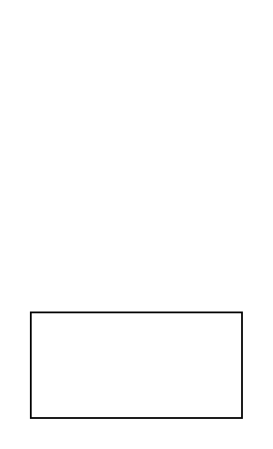
Above: ReferenceSOP.drawio in yaojen/MickeyfoneSOP (draw.io), before the change. Source tidied: cells renumbered, new cells numbered last; positions are measured from the earlier drawing's top-left corner, leaving out a move shared by most shapes. Both pictures are drawn from the tidied source at 176%, with x=0, y=0 at pixel (30, 312).
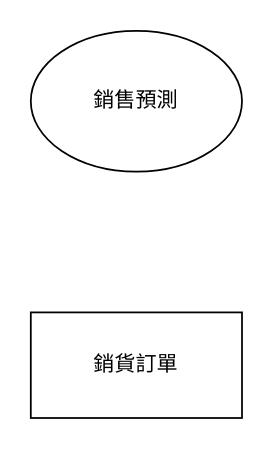
The same page after the edit.

What changed in the source:
```diff
@@
 <mxGraphModel>
   <root>
     <mxCell id="0" />
     <mxCell id="1" parent="0" />
-    <mxCell id="2" style="rounded=0;whiteSpace=wrap;html=1;" parent="1" vertex="1">
+    <mxCell id="2" value="銷貨訂單" style="rounded=0;whiteSpace=wrap;html=1;" parent="1" vertex="1">
       <mxGeometry width="120" height="60" as="geometry" />
     </mxCell>
+    <mxCell id="3" value="銷售預測" style="ellipse;whiteSpace=wrap;html=1;" parent="1" vertex="1">
+      <mxGeometry y="-160" width="120" height="80" as="geometry" />
+    </mxCell>
   </root>
 </mxGraphModel>
```
